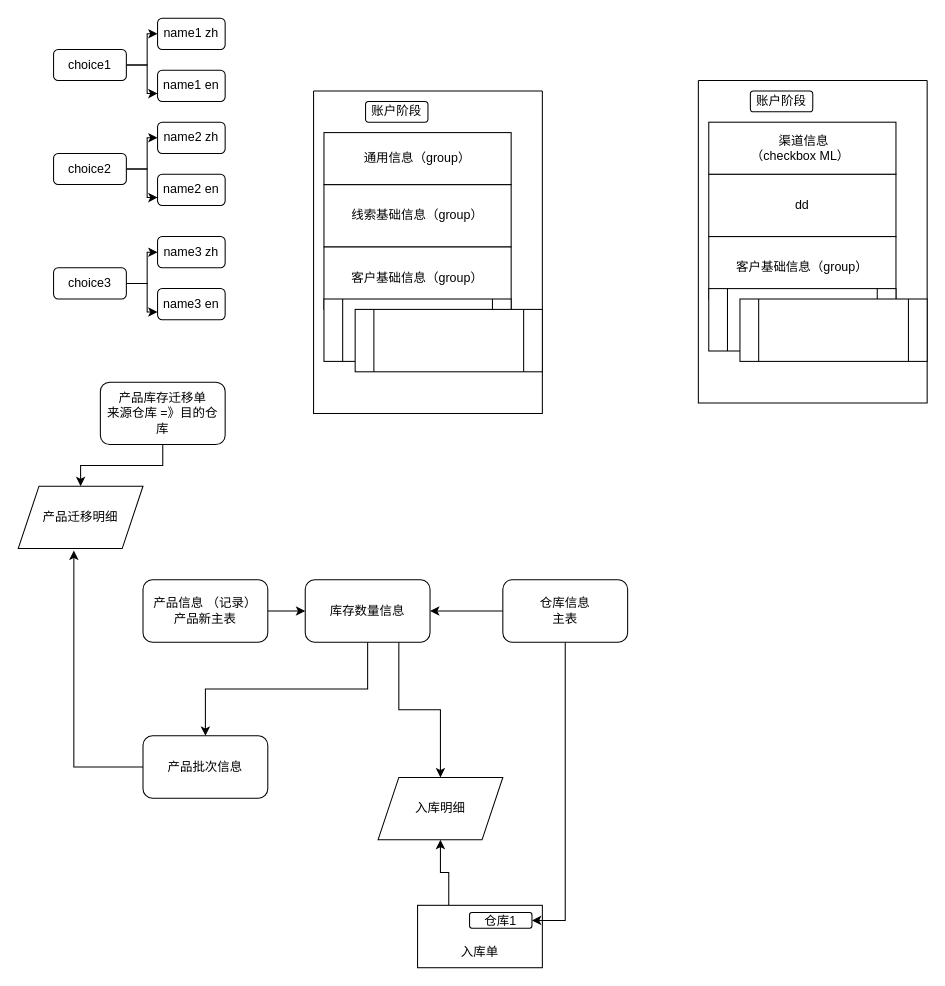
Before: page "Entity" (3 of 7) of ERDiagram.drawio in sbosleo/sbosmobile, a draw.io diagram. Source tidied: cells renumbered, new cells numbered last; positions are measured from the earlier drawing's top-left corner, leaving out a move shared by most shapes. Both pictures are drawn from the tidied source at 104%, with x=0, y=0 at pixel (18, 18).
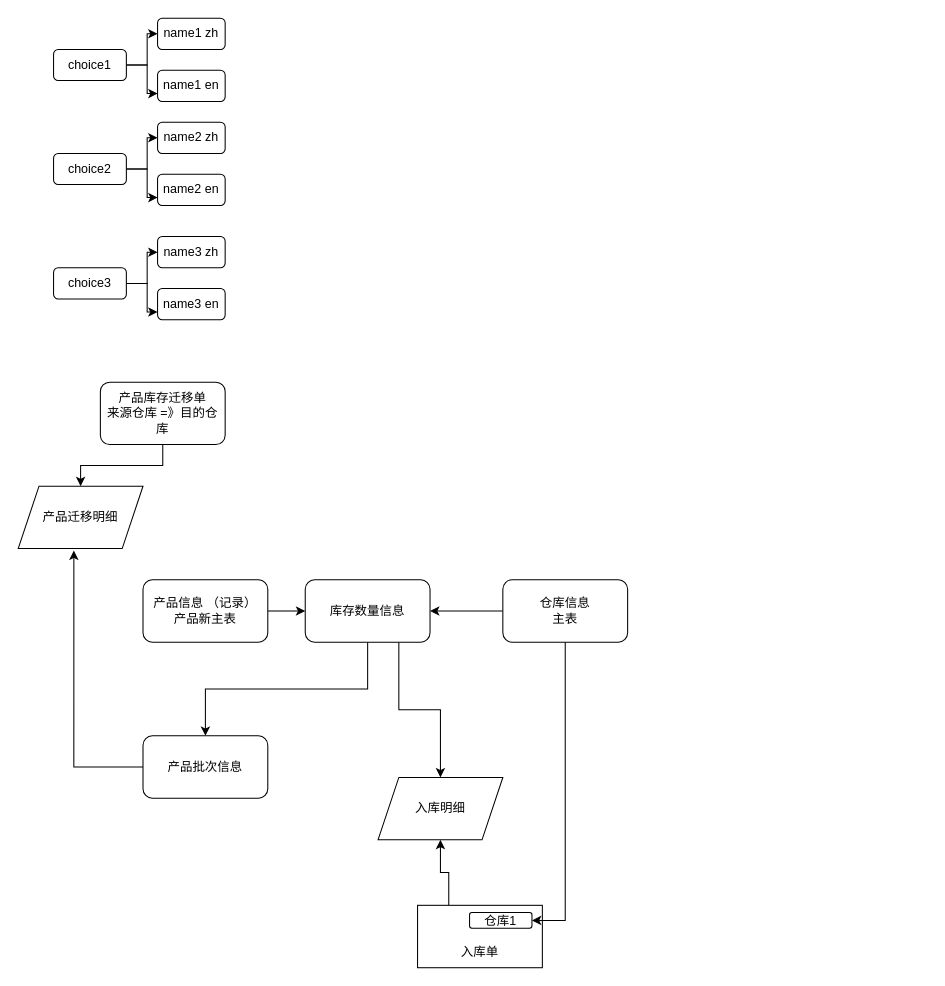
The same page after the edit.

Diff of the diagram source:
```diff
@@
-    <mxCell id="2" style="swimlane;startSize=0;" parent="1" vertex="1">
-      <mxGeometry x="284" y="70" width="220" height="310" as="geometry" />
-    </mxCell>
-    <mxCell id="3" value="线索基础信息（group）" style="rounded=0;whiteSpace=wrap;html=1;" parent="2" vertex="1">
-      <mxGeometry x="10" y="90" width="180" height="60" as="geometry" />
-    </mxCell>
-    <mxCell id="4" value="客户基础信息（group）" style="rounded=0;whiteSpace=wrap;html=1;" parent="2" vertex="1">
-      <mxGeometry x="10" y="150" width="180" height="60" as="geometry" />
-    </mxCell>
-    <mxCell id="5" style="shape=process;whiteSpace=wrap;html=1;backgroundOutline=1;" parent="2" vertex="1">
-      <mxGeometry x="10" y="200" width="180" height="60" as="geometry" />
-    </mxCell>
-    <mxCell id="6" style="shape=process;whiteSpace=wrap;html=1;backgroundOutline=1;" parent="2" vertex="1">
-      <mxGeometry x="40" y="210" width="180" height="60" as="geometry" />
-    </mxCell>
-    <mxCell id="7" value="账户阶段" style="rounded=1;whiteSpace=wrap;html=1;" parent="2" vertex="1">
-      <mxGeometry x="50" y="10" width="60" height="20" as="geometry" />
-    </mxCell>
-    <mxCell id="8" value="通用信息（group）" style="rounded=0;whiteSpace=wrap;html=1;" parent="2" vertex="1">
-      <mxGeometry x="10" y="40" width="180" height="50" as="geometry" />
-    </mxCell>
@@
-    <mxCell id="41" style="swimlane;startSize=0;" parent="1" vertex="1">
-      <mxGeometry x="654" y="60" width="220" height="310" as="geometry" />
-    </mxCell>
-    <mxCell id="42" value="dd" style="rounded=0;whiteSpace=wrap;html=1;" parent="41" vertex="1">
-      <mxGeometry x="10" y="90" width="180" height="60" as="geometry" />
-    </mxCell>
-    <mxCell id="43" value="客户基础信息（group）" style="rounded=0;whiteSpace=wrap;html=1;" parent="41" vertex="1">
-      <mxGeometry x="10" y="150" width="180" height="60" as="geometry" />
-    </mxCell>
-    <mxCell id="44" style="shape=process;whiteSpace=wrap;html=1;backgroundOutline=1;" parent="41" vertex="1">
-      <mxGeometry x="10" y="200" width="180" height="60" as="geometry" />
-    </mxCell>
-    <mxCell id="45" style="shape=process;whiteSpace=wrap;html=1;backgroundOutline=1;" parent="41" vertex="1">
-      <mxGeometry x="40" y="210" width="180" height="60" as="geometry" />
-    </mxCell>
-    <mxCell id="46" value="账户阶段" style="rounded=1;whiteSpace=wrap;html=1;" parent="41" vertex="1">
-      <mxGeometry x="50" y="10" width="60" height="20" as="geometry" />
-    </mxCell>
-    <mxCell id="47" value="&amp;nbsp;渠道信息&lt;div&gt;（checkbox ML）&amp;nbsp;&lt;/div&gt;" style="rounded=0;whiteSpace=wrap;html=1;" parent="41" vertex="1">
-      <mxGeometry x="10" y="40" width="180" height="50" as="geometry" />
-    </mxCell>
```
